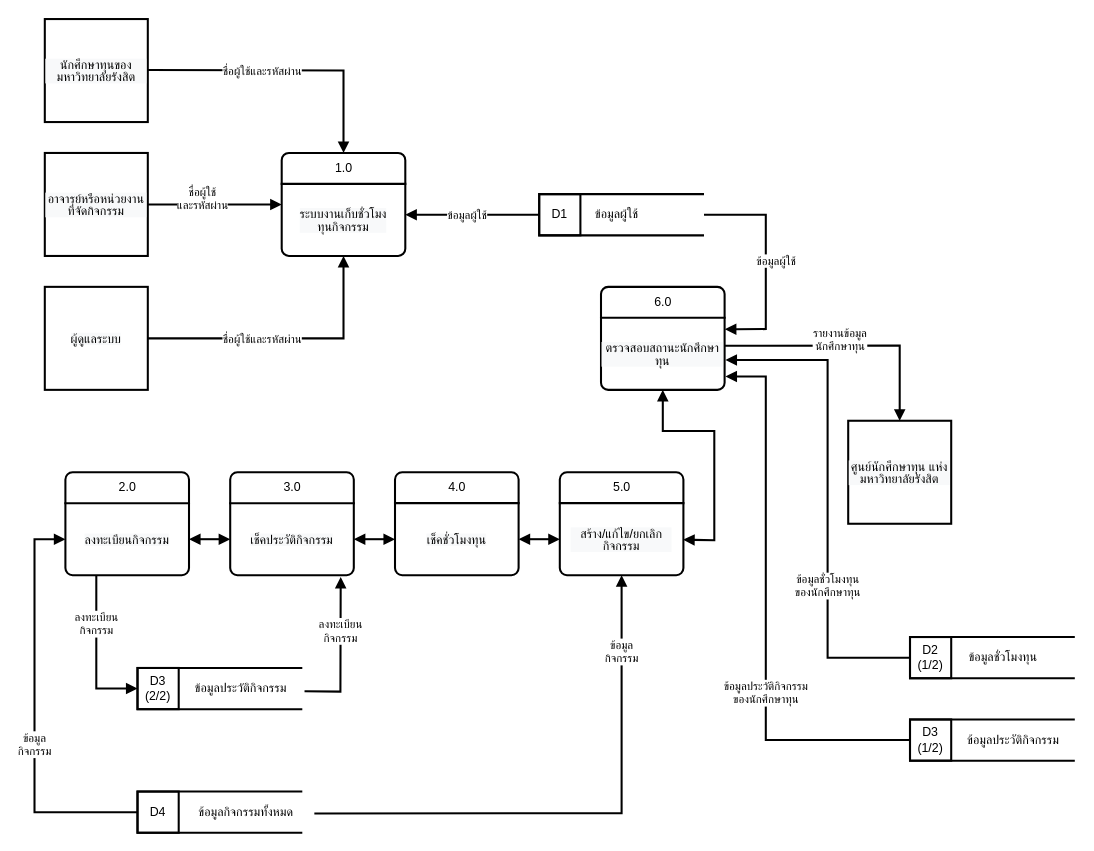
Earlier version of the draw.io diagram page "Data Flow Diagram" (3 of 4) of Entity Relationship Diagram.drawio (8luex/collecting_scholarship). Source tidied: cells renumbered, new cells numbered last; positions are measured from the earlier drawing's top-left corner, leaving out a move shared by most shapes. Both pictures are drawn from the tidied source at 103%, with x=0, y=0 at pixel (34, 19).
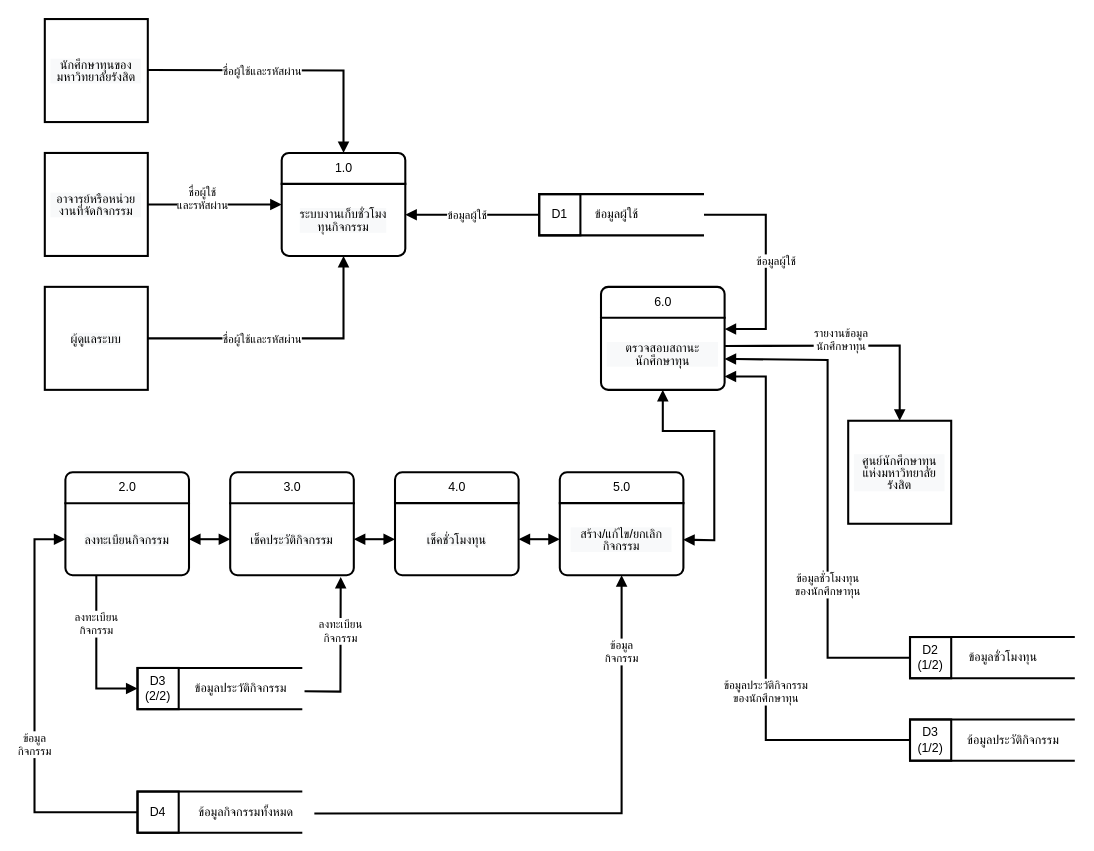
Above is the later version.

Unchanged cells that the change refers to:
```xml
<mxCell id="8" value="&lt;p style=&quot;orphans: 2; text-indent: 0px; widows: 2; background-color: rgb(248, 249, 250); text-decoration-thickness: initial; text-decoration-style: initial; text-decoration-color: initial; line-height: 100%;&quot;&gt;&lt;font color=&quot;#000000&quot;&gt;ระบบงานเก็บชั่วโมง&lt;br&gt;ทุนกิจกรรม&lt;/font&gt;&lt;br&gt;&lt;/p&gt;" style="text;whiteSpace=wrap;html=1;fontColor=#095C86;align=center;verticalAlign=middle;" parent="4" vertex="1">
  <mxGeometry y="35" width="120" height="60" as="geometry" />
</mxCell>
<mxCell id="12" style="group;" parent="1" vertex="1">
  <mxGeometry x="10" y="130" width="100" height="100" as="geometry" />
</mxCell>
<mxCell id="18" style="group;" parent="1" vertex="1">
  <mxGeometry x="790" y="390" width="100" height="100" as="geometry" />
</mxCell>
<mxCell id="19" value="&lt;p style=&quot;line-height: 120%;&quot;&gt;&lt;br&gt;&lt;/p&gt;" style="rounded=0;whiteSpace=wrap;html=1;absoluteArcSize=1;arcSize=14;strokeWidth=2;fillColor=none;" parent="18" vertex="1">
  <mxGeometry width="100" height="100" as="geometry" />
</mxCell>
<mxCell id="26" style="strokeWidth=2;html=1;shape=mxgraph.flowchart.annotation_1;align=left;rounded=0;fillColor=none;" parent="25" vertex="1">
  <mxGeometry width="160" height="40" as="geometry" />
</mxCell>
<mxCell id="30" style="rounded=1;whiteSpace=wrap;html=1;absoluteArcSize=1;arcSize=14;strokeWidth=2;fillColor=none;" parent="29" vertex="1">
  <mxGeometry width="120" height="100" as="geometry" />
</mxCell>
<mxCell id="31" style="group;" parent="29" vertex="1">
  <mxGeometry width="120" height="100" as="geometry" />
</mxCell>
<mxCell id="69" value="D2&lt;br&gt;(1/2)" style="rounded=0;whiteSpace=wrap;html=1;absoluteArcSize=1;arcSize=14;strokeWidth=2;fillColor=none;" parent="68" vertex="1">
  <mxGeometry width="40" height="40" as="geometry" />
</mxCell>
<mxCell id="74" value="D3&lt;br&gt;(1/2)" style="rounded=0;whiteSpace=wrap;html=1;absoluteArcSize=1;arcSize=14;strokeWidth=2;fillColor=none;" parent="73" vertex="1">
  <mxGeometry width="40" height="40" as="geometry" />
</mxCell>
```

What changed in the source:
```diff
@@
     <mxCell id="9" style="group;" parent="1" vertex="1">
-      <mxGeometry x="10" width="100" height="100" as="geometry" />
+      <mxGeometry x="10" width="110" height="100" as="geometry" />
     </mxCell>
@@
     <mxCell id="11" value="&lt;p style=&quot;color: rgb(0, 0, 0); font-family: Helvetica; font-size: 12px; font-style: normal; font-variant-ligatures: normal; font-variant-caps: normal; font-weight: 400; letter-spacing: normal; orphans: 2; text-indent: 0px; text-transform: none; widows: 2; word-spacing: 0px; -webkit-text-stroke-width: 0px; background-color: rgb(248, 249, 250); text-decoration-thickness: initial; text-decoration-style: initial; text-decoration-color: initial; line-height: 100%;&quot;&gt;นักศึกษาทุนของ&lt;span style=&quot;background-color: initial;&quot;&gt;มหาวิทยาลัยรังสิต&lt;/span&gt;&lt;br&gt;&lt;/p&gt;" style="text;whiteSpace=wrap;html=1;fontColor=#095C86;align=center;verticalAlign=middle;" parent="9" vertex="1">
-      <mxGeometry y="20" width="100" height="60" as="geometry" />
+      <mxGeometry x="5" y="20" width="90" height="60" as="geometry" />
     </mxCell>
@@
     <mxCell id="14" value="&lt;p style=&quot;orphans: 2; text-indent: 0px; widows: 2; background-color: rgb(248, 249, 250); text-decoration-thickness: initial; text-decoration-style: initial; text-decoration-color: initial; line-height: 100%;&quot;&gt;&lt;font color=&quot;#000000&quot;&gt;อาจารย์หรือหน่วยงานที่จัดกิจกรรม&lt;/font&gt;&lt;br&gt;&lt;/p&gt;" style="text;whiteSpace=wrap;html=1;fontColor=#095C86;align=center;verticalAlign=middle;" parent="12" vertex="1">
-      <mxGeometry y="20" width="100" height="60" as="geometry" />
+      <mxGeometry x="5" y="20" width="90" height="60" as="geometry" />
     </mxCell>
@@
     <mxCell id="20" value="&lt;p style=&quot;orphans: 2; text-indent: 0px; widows: 2; background-color: rgb(248, 249, 250); text-decoration-thickness: initial; text-decoration-style: initial; text-decoration-color: initial; line-height: 100%;&quot;&gt;&lt;font color=&quot;#000000&quot;&gt;ศูนย์นักศึกษาทุน แห่งมหาวิทยาลัยรังสิต&lt;/font&gt;&lt;br&gt;&lt;/p&gt;" style="text;whiteSpace=wrap;html=1;fontColor=#095C86;align=center;verticalAlign=middle;" parent="18" vertex="1">
-      <mxGeometry y="20" width="100" height="60" as="geometry" />
+      <mxGeometry x="5" y="20" width="90" height="60" as="geometry" />
     </mxCell>
@@
-    <mxCell id="23" value="&lt;font color=&quot;#000000&quot;&gt;ชื่อผู้ใช้&lt;br&gt;และรหัสผ่าน&lt;/font&gt;" style="html=1;verticalAlign=bottom;endArrow=block;rounded=0;strokeWidth=2;fontColor=#095C86;fillColor=none;entryX=0;entryY=0.25;entryDx=0;entryDy=0;entryPerimeter=0;exitX=1;exitY=0.5;exitDx=0;exitDy=0;" parent="1" edge="1" source="14" target="8">
+    <mxCell id="23" value="&lt;font color=&quot;#000000&quot;&gt;ชื่อผู้ใช้&lt;br&gt;และรหัสผ่าน&lt;/font&gt;" style="html=1;verticalAlign=bottom;endArrow=block;rounded=0;strokeWidth=2;fontColor=#095C86;fillColor=none;entryX=0;entryY=0.25;entryDx=0;entryDy=0;entryPerimeter=0;" parent="1" edge="1" target="8">
       <mxGeometry x="-0.18" y="-10" relative="1" as="geometry">
+        <mxPoint x="110" y="180" as="sourcePoint" />
         <Array as="points">
           <mxPoint x="190" y="180" />
         </Array>
       </mxGeometry>
     </mxCell>
@@
     <mxCell id="33" style="group;" parent="31" vertex="1">
-      <mxGeometry width="120" height="90" as="geometry" />
+      <mxGeometry width="120" height="95" as="geometry" />
     </mxCell>
@@
     <mxCell id="35" value="&lt;p style=&quot;orphans: 2; text-indent: 0px; widows: 2; background-color: rgb(248, 249, 250); text-decoration-thickness: initial; text-decoration-style: initial; text-decoration-color: initial; line-height: 100%;&quot;&gt;&lt;font color=&quot;#000000&quot;&gt;ตรวจสอบสถานะนักศึกษาทุน&lt;/font&gt;&lt;br&gt;&lt;/p&gt;" style="text;whiteSpace=wrap;html=1;fontColor=#095C86;align=center;verticalAlign=middle;" parent="31" vertex="1">
-      <mxGeometry y="35" width="120" height="60" as="geometry" />
+      <mxGeometry x="5" y="35" width="110" height="60" as="geometry" />
     </mxCell>
-    <mxCell id="36" value="&lt;font color=&quot;#000000&quot;&gt;ข้อมูลผู้ใช้&lt;/font&gt;" style="html=1;verticalAlign=bottom;endArrow=none;rounded=0;strokeWidth=2;fontColor=#095C86;fillColor=none;entryX=1;entryY=0.5;entryDx=0;entryDy=0;entryPerimeter=0;startArrow=block;startFill=1;endFill=0;exitX=1.002;exitY=0.102;exitDx=0;exitDy=0;exitPerimeter=0;" parent="1" edge="1" source="35" target="26">
+    <mxCell id="36" value="&lt;font color=&quot;#000000&quot;&gt;ข้อมูลผู้ใช้&lt;/font&gt;" style="html=1;verticalAlign=bottom;endArrow=none;rounded=0;strokeWidth=2;fontColor=#095C86;fillColor=none;entryX=1;entryY=0.5;entryDx=0;entryDy=0;entryPerimeter=0;startArrow=block;startFill=1;endFill=0;" parent="1" edge="1" target="26">
       <mxGeometry x="-0.08" y="-10" relative="1" as="geometry">
+        <mxPoint x="670" y="301" as="sourcePoint" />
         <Array as="points">
           <mxPoint x="710" y="301" />
           <mxPoint x="710" y="190" />
         </Array>
       </mxGeometry>
     </mxCell>
-    <mxCell id="37" value="&lt;font color=&quot;#000000&quot;&gt;รายงานข้อมูล&lt;br&gt;นักศึกษาทุน&lt;/font&gt;" style="html=1;verticalAlign=bottom;endArrow=block;rounded=0;strokeWidth=2;fontColor=#095C86;fillColor=none;entryX=0.5;entryY=0;entryDx=0;entryDy=0;exitX=1.002;exitY=0.369;exitDx=0;exitDy=0;exitPerimeter=0;" parent="1" edge="1" source="35" target="19">
+    <mxCell id="37" value="&lt;font color=&quot;#000000&quot;&gt;รายงานข้อมูล&lt;br&gt;นักศึกษาทุน&lt;/font&gt;" style="html=1;verticalAlign=bottom;endArrow=block;rounded=0;strokeWidth=2;fontColor=#095C86;fillColor=none;entryX=0.5;entryY=0;entryDx=0;entryDy=0;exitX=1.004;exitY=0.574;exitDx=0;exitDy=0;exitPerimeter=0;" parent="1" edge="1" source="30" target="19">
       <mxGeometry x="-0.08" y="-10" relative="1" as="geometry">
         <Array as="points">
           <mxPoint x="840" y="317" />
         </Array>
       </mxGeometry>
     </mxCell>
@@
-    <mxCell id="76" value="&lt;font color=&quot;#000000&quot;&gt;ข้อมูลชั่วโมงทุน&lt;br&gt;ของนักศึกษาทุน&lt;/font&gt;" style="html=1;verticalAlign=bottom;endArrow=block;rounded=0;strokeWidth=2;fontColor=#095C86;fillColor=none;entryX=1.007;entryY=0.599;entryDx=0;entryDy=0;exitX=0;exitY=0.5;exitDx=0;exitDy=0;entryPerimeter=0;" parent="1" edge="1" source="69" target="35">
+    <mxCell id="76" value="&lt;font color=&quot;#000000&quot;&gt;ข้อมูลชั่วโมงทุน&lt;br&gt;ของนักศึกษาทุน&lt;/font&gt;" style="html=1;verticalAlign=bottom;endArrow=block;rounded=0;strokeWidth=2;fontColor=#095C86;fillColor=none;exitX=0;exitY=0.5;exitDx=0;exitDy=0;" parent="1" edge="1" source="69">
       <mxGeometry x="-0.43" relative="1" as="geometry">
+        <mxPoint x="670" y="330" as="targetPoint" />
         <Array as="points">
           <mxPoint x="770" y="620" />
           <mxPoint x="770" y="331" />
         </Array>
         <mxPoint y="-1" as="offset" />
       </mxGeometry>
     </mxCell>
-    <mxCell id="77" value="&lt;font color=&quot;#000000&quot;&gt;ข้อมูลประวัติกิจกรรม&lt;br&gt;ของนักศึกษาทุน&lt;/font&gt;" style="html=1;verticalAlign=bottom;endArrow=block;rounded=0;strokeWidth=2;fontColor=#095C86;fillColor=none;entryX=1.007;entryY=0.866;entryDx=0;entryDy=0;exitX=0;exitY=0.5;exitDx=0;exitDy=0;entryPerimeter=0;" parent="1" edge="1" source="74" target="35">
+    <mxCell id="77" value="&lt;font color=&quot;#000000&quot;&gt;ข้อมูลประวัติกิจกรรม&lt;br&gt;ของนักศึกษาทุน&lt;/font&gt;" style="html=1;verticalAlign=bottom;endArrow=block;rounded=0;strokeWidth=2;fontColor=#095C86;fillColor=none;exitX=0;exitY=0.5;exitDx=0;exitDy=0;" parent="1" edge="1" source="74">
       <mxGeometry x="-0.36" relative="1" as="geometry">
+        <mxPoint x="670" y="347" as="targetPoint" />
         <Array as="points">
           <mxPoint x="710" y="700" />
           <mxPoint x="710" y="347" />
         </Array>
       </mxGeometry>
     </mxCell>
```
